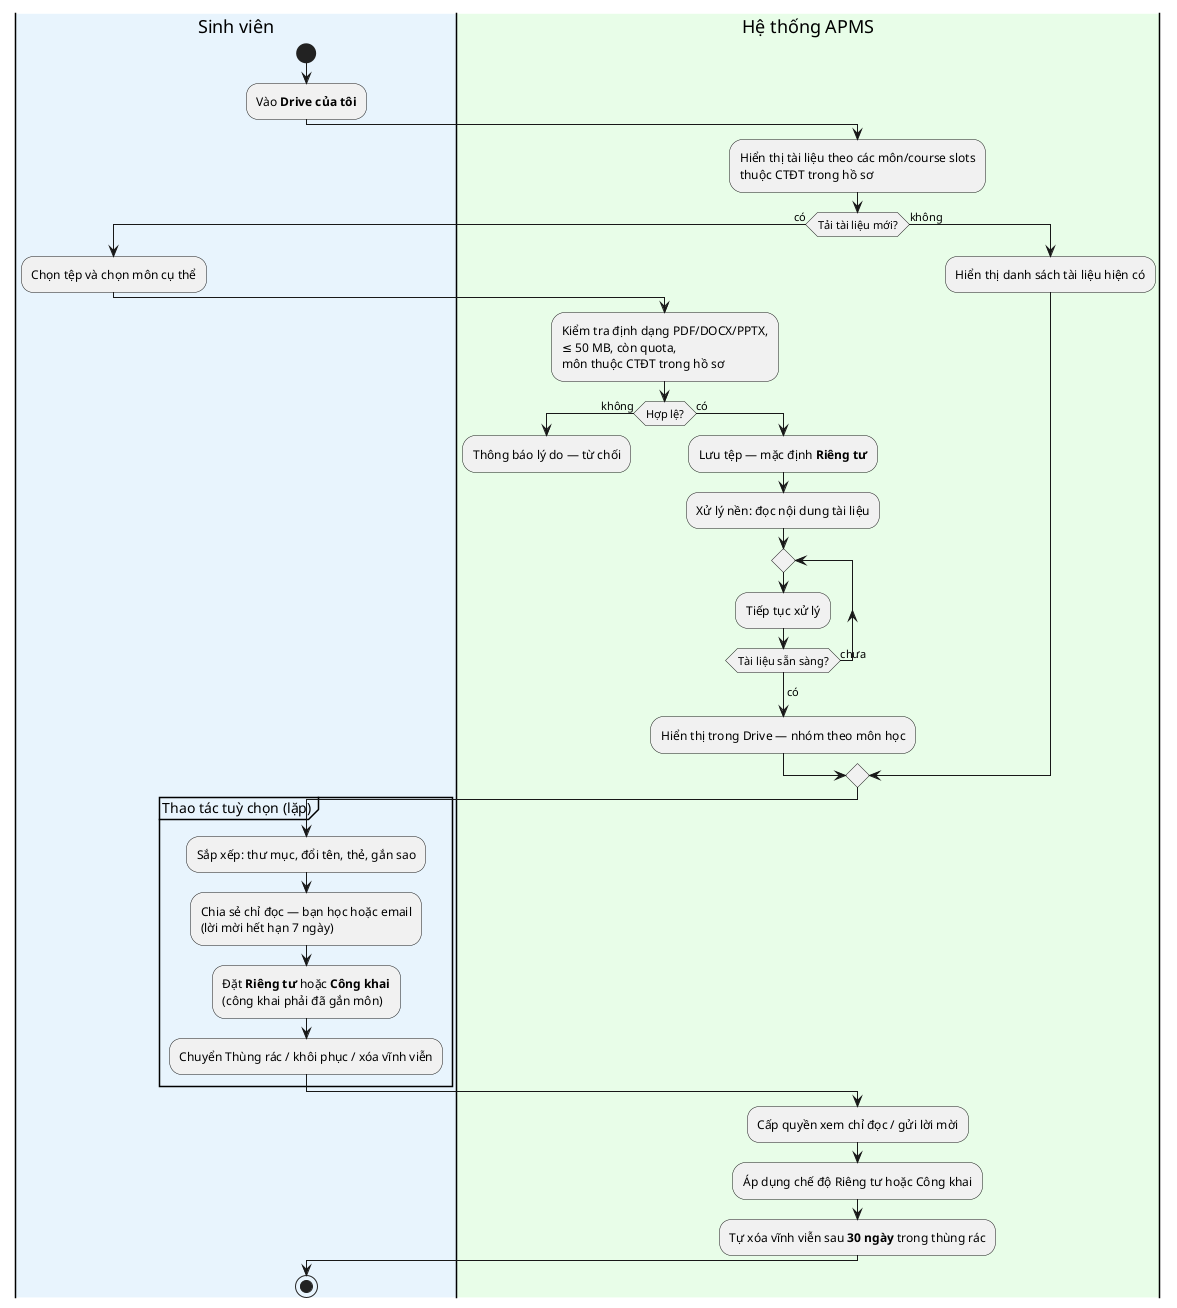
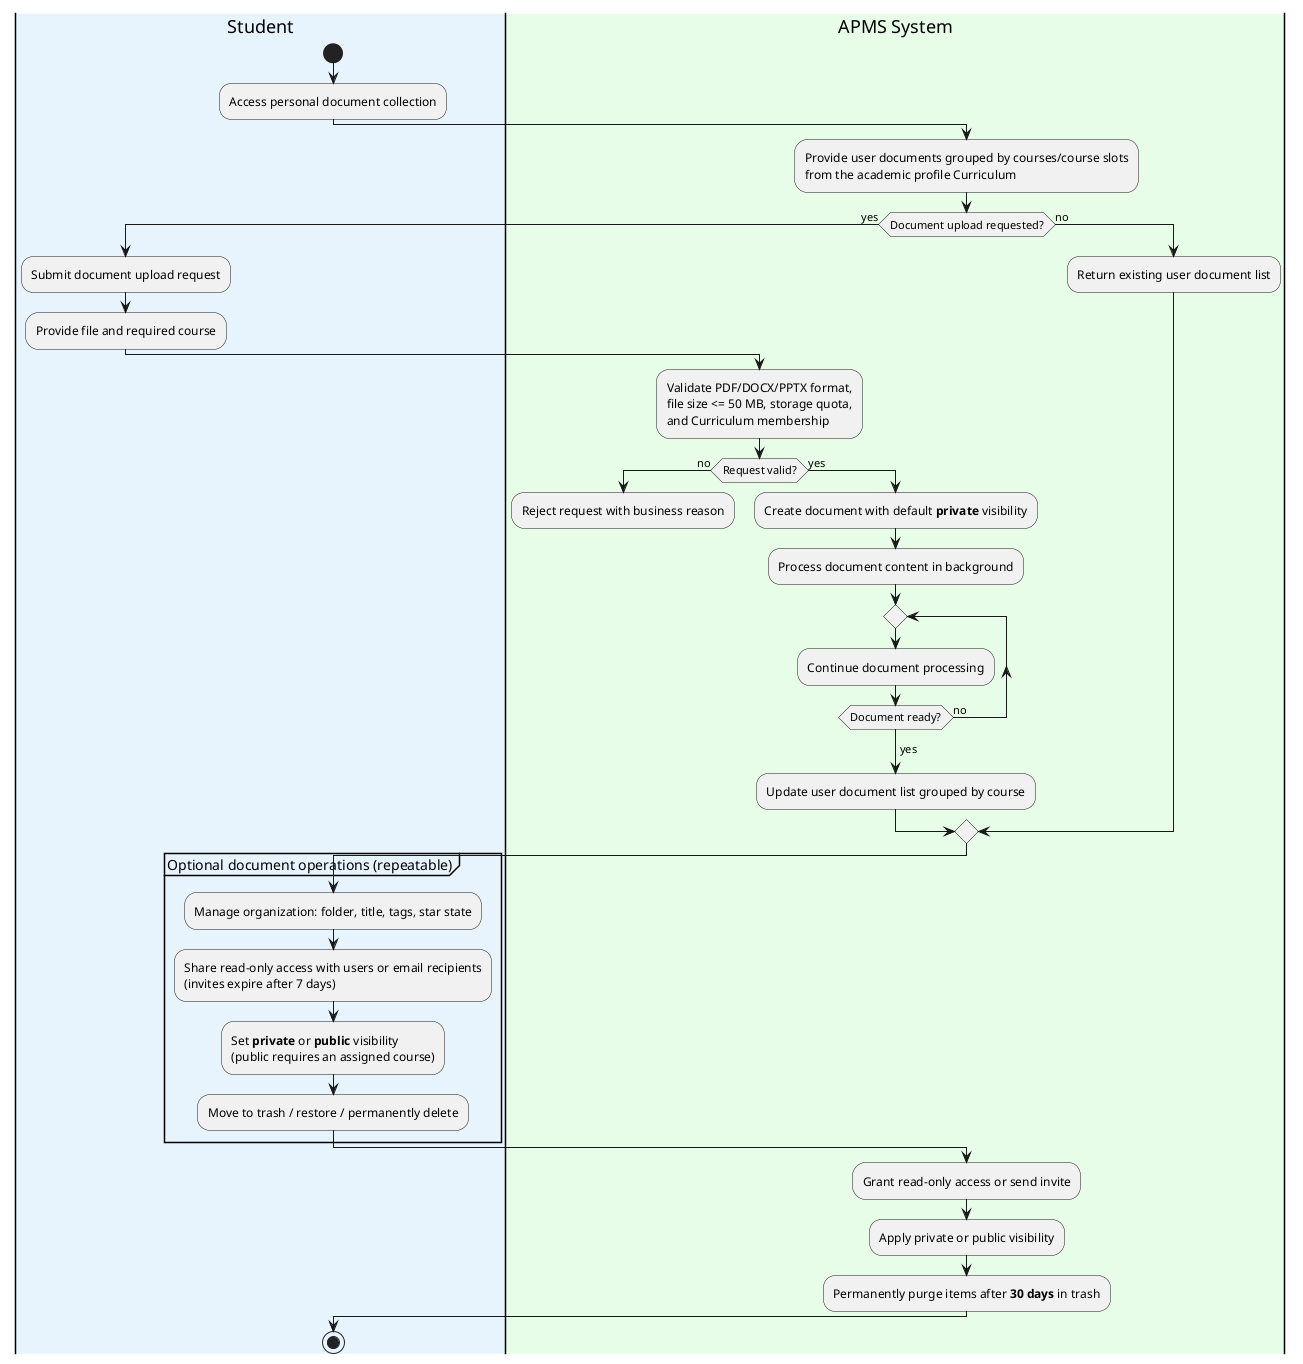
- @startuml APMS_Activity2_Drive
+ @startuml APMS_Activity2_LearningDocumentManagement
skinparam swimlane {
  WrapTitle false
}

- |#E8F4FD|Sinh viên|
+ |#E8F4FD|Student|
start
- :Vào **Drive của tôi**;
+ :Access personal document collection;

- |#E8FDE8|Hệ thống APMS|
- :Hiển thị tài liệu theo các môn/course slots\nthuộc CTĐT trong hồ sơ;
- if (Tải tài liệu mới?) then (có)
-   |Sinh viên|
-   :Chọn tệp và chọn môn cụ thể;
-   |Hệ thống APMS|
-   :Kiểm tra định dạng PDF/DOCX/PPTX,\n≤ 50 MB, còn quota,\nmôn thuộc CTĐT trong hồ sơ;
-   if (Hợp lệ?) then (không)
-     :Thông báo lý do — từ chối;
+ |#E8FDE8|APMS System|
+ :Provide user documents grouped by courses/course slots\nfrom the academic profile Curriculum;
+ if (Document upload requested?) then (yes)
+   |Student|
+   :Submit document upload request;
+   :Provide file and required course;
+   |APMS System|
+   :Validate PDF/DOCX/PPTX format,\nfile size <= 50 MB, storage quota,\nand Curriculum membership;
+   if (Request valid?) then (no)
+     :Reject request with business reason;
    detach
-   else (có)
-     :Lưu tệp — mặc định **Riêng tư**;
-     :Xử lý nền: đọc nội dung tài liệu;
+   else (yes)
+     :Create document with default **private** visibility;
+     :Process document content in background;
    repeat
-       :Tiếp tục xử lý;
-     repeat while (Tài liệu sẵn sàng?) is (chưa)
-     ->có;
-     :Hiển thị trong Drive — nhóm theo môn học;
+       :Continue document processing;
+     repeat while (Document ready?) is (no)
+     ->yes;
+     :Update user document list grouped by course;
  endif
- else (không)
-   :Hiển thị danh sách tài liệu hiện có;
+ else (no)
+   :Return existing user document list;
endif

- |Sinh viên|
- partition "Thao tác tuỳ chọn (lặp)" {
-   :Sắp xếp: thư mục, đổi tên, thẻ, gắn sao;
-   :Chia sẻ chỉ đọc — bạn học hoặc email\n(lời mời hết hạn 7 ngày);
-   :Đặt **Riêng tư** hoặc **Công khai**\n(công khai phải đã gắn môn);
-   :Chuyển Thùng rác / khôi phục / xóa vĩnh viễn;
+ |Student|
+ partition "Optional document operations (repeatable)" {
+   :Manage organization: folder, title, tags, star state;
+   :Share read-only access with users or email recipients\n(invites expire after 7 days);
+   :Set **private** or **public** visibility\n(public requires an assigned course);
+   :Move to trash / restore / permanently delete;
}

- |Hệ thống APMS|
- :Cấp quyền xem chỉ đọc / gửi lời mời;
- :Áp dụng chế độ Riêng tư hoặc Công khai;
- :Tự xóa vĩnh viễn sau **30 ngày** trong thùng rác;
+ |APMS System|
+ :Grant read-only access or send invite;
+ :Apply private or public visibility;
+ :Permanently purge items after **30 days** in trash;

- |Sinh viên|
+ |Student|
stop

@enduml
